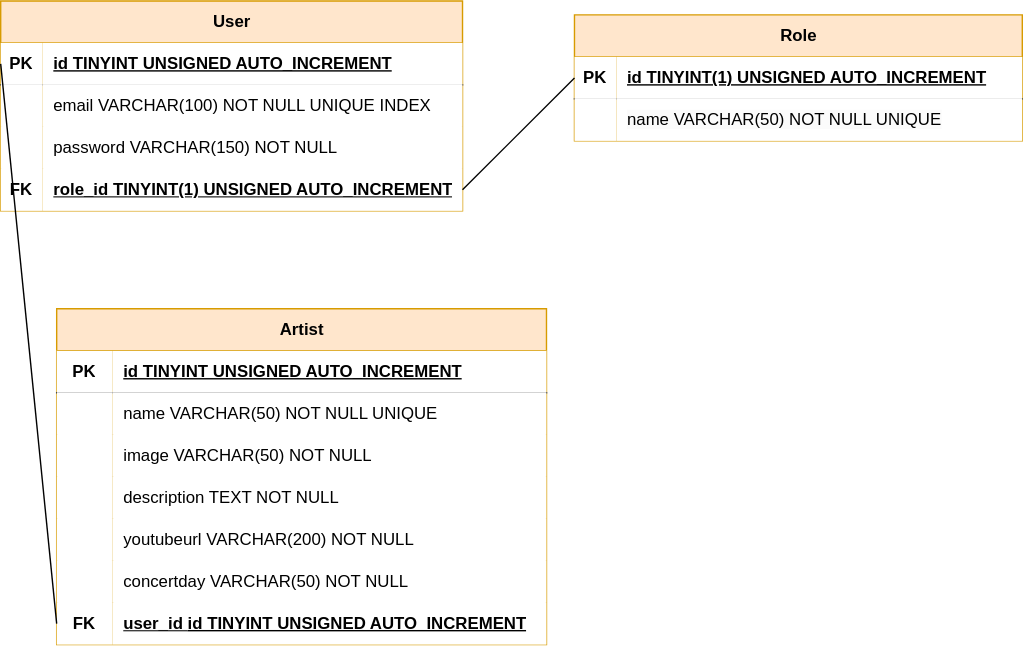
The draw.io diagram code/merise/MPD.drawio.svg in AwadAhmedDev/solidays_app, before a commit. Source tidied: cells renumbered, new cells last; positions are measured from the earlier drawing's top-left corner, leaving out a move shared by most shapes.
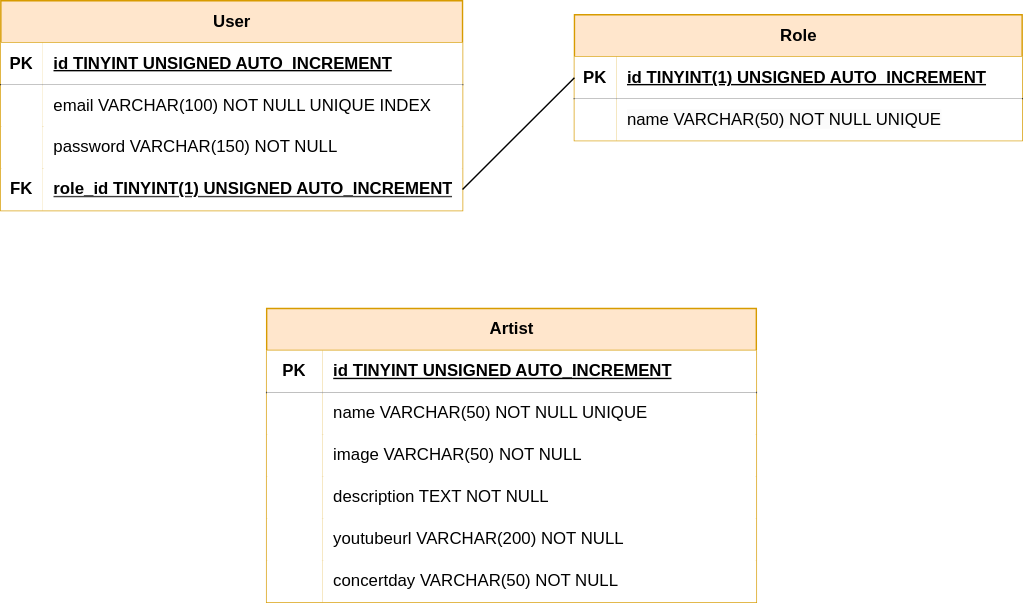
The same file after the commit.

Change to the diagram source:
```diff
@@ -69,7 +69,7 @@
       <mxGeometry x="1" relative="1" as="geometry" />
     </mxCell>
     <mxCell id="24" value="Artist" style="shape=table;startSize=30;rowLines=0;fontStyle=1;align=center;html=1;fillColor=#ffe6cc;strokeColor=#d79b00;" parent="1" vertex="1">
-      <mxGeometry x="40" y="220" width="350" height="240" as="geometry" />
+      <mxGeometry x="190" y="220" width="350" height="210" as="geometry" />
     </mxCell>
     <mxCell id="25" style="shape=tableRow;horizontal=0;startSize=0;swimlaneHead=0;swimlaneBody=0;fillColor=none;top=0;left=0;right=0;bottom=1;" parent="24" vertex="1">
       <mxGeometry y="30" width="350" height="30" as="geometry" />
@@ -125,20 +125,5 @@
     <mxCell id="42" value="concertday VARCHAR(50) NOT NULL" style="shape=partialRectangle;top=0;left=0;bottom=0;right=0;align=left;spacingLeft=6;overflow=hidden;whiteSpace=wrap;html=1;" parent="40" vertex="1">
       <mxGeometry x="40" width="310" height="30" as="geometry" />
     </mxCell>
-    <mxCell id="43" style="shape=tableRow;horizontal=0;startSize=0;swimlaneHead=0;swimlaneBody=0;fillColor=none;points=[[0,0.5],[1,0.5]];portConstraint=eastwest;top=0;left=0;right=0;bottom=0;" parent="24" vertex="1">
-      <mxGeometry y="210" width="350" height="30" as="geometry" />
-    </mxCell>
-    <mxCell id="44" value="&lt;b&gt;FK&lt;/b&gt;" style="shape=partialRectangle;top=0;left=0;bottom=0;right=0;overflow=hidden;whiteSpace=wrap;html=1;" parent="43" vertex="1">
-      <mxGeometry width="40" height="30" as="geometry" />
-    </mxCell>
-    <mxCell id="45" value="&lt;b style=&quot;color: rgb(63, 63, 63); scrollbar-color: rgb(226, 226, 226) rgb(251, 251, 251);&quot;&gt;&lt;u style=&quot;color: rgb(63, 63, 63); scrollbar-color: rgb(226, 226, 226) rgb(251, 251, 251);&quot;&gt;&lt;font style=&quot;scrollbar-color: rgb(226, 226, 226) rgb(251, 251, 251); color: rgb(0, 0, 0);&quot;&gt;user_id&amp;nbsp;&lt;/font&gt;&lt;/u&gt;&lt;/b&gt;&lt;span style=&quot;color: rgb(0, 0, 0); font-weight: 700; text-decoration-line: underline;&quot;&gt;id TINYINT UNSIGNED AUTO_INCREMENT&lt;/span&gt;" style="shape=partialRectangle;top=0;left=0;bottom=0;right=0;align=left;spacingLeft=6;overflow=hidden;whiteSpace=wrap;html=1;" parent="43" vertex="1">
-      <mxGeometry x="40" width="310" height="30" as="geometry" />
-    </mxCell>
-    <mxCell id="46" style="endArrow=none;html=1;rounded=0;entryX=0;entryY=0.5;entryDx=0;entryDy=0;exitX=0;exitY=0.5;exitDx=0;exitDy=0;" parent="1" edge="1" source="43" target="3">
-      <mxGeometry relative="1" as="geometry" />
-    </mxCell>
-    <mxCell id="47" style="html=1;whiteSpace=wrap;align=right;verticalAlign=bottom;" parent="46" vertex="1">
-      <mxGeometry x="1" relative="1" as="geometry" />
-    </mxCell>
   </root>
 </mxGraphModel>
```
